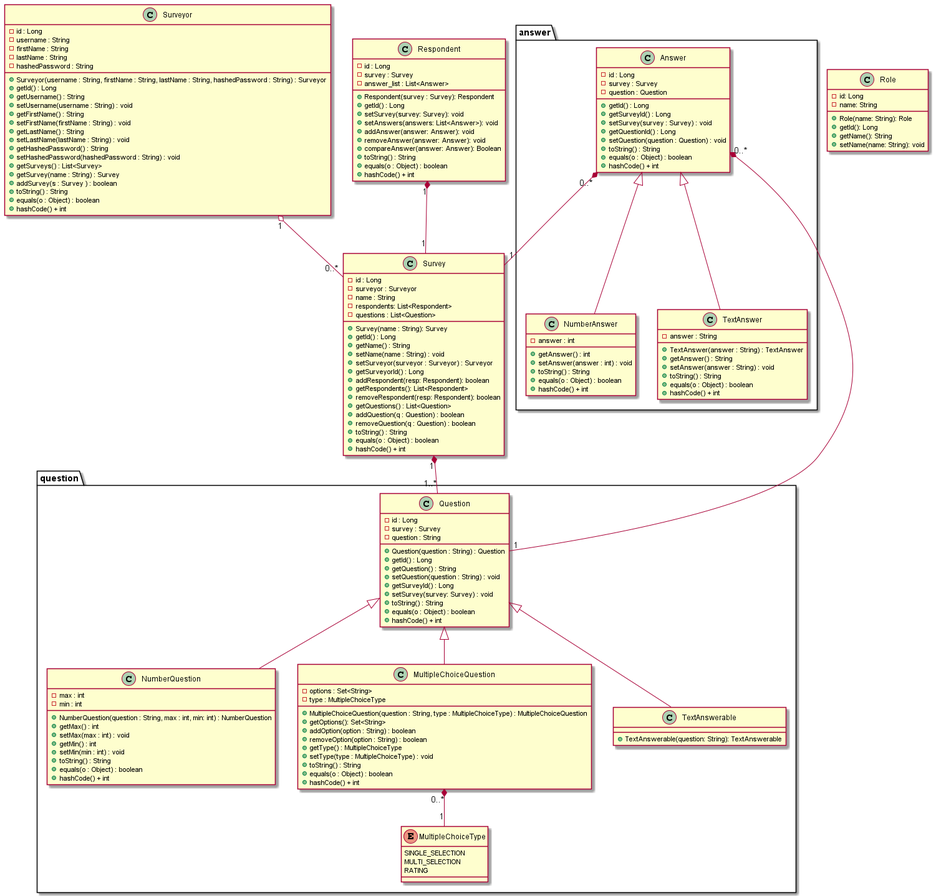
Before: docs/Models.png, a diagram exported from PlantUML (Daniel-W-Innes/SYSC4806-Project-Frontend).
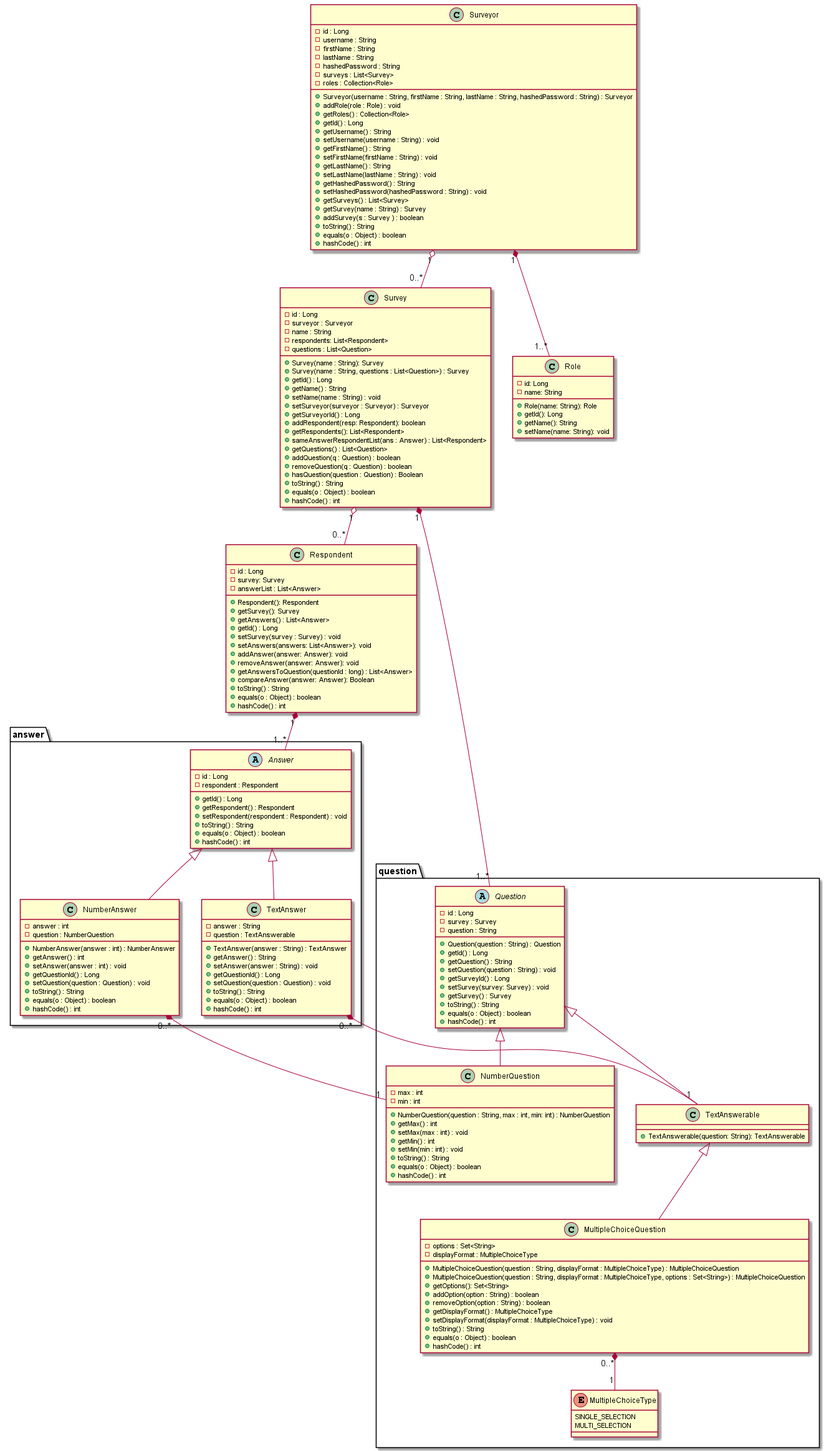
The same diagram one commit later.

The edit, as a diff of the source:
```diff
@@ -6,7 +6,11 @@
     - firstName : String
     - lastName : String
     - hashedPassword : String
+    - surveys : List<Survey>
+    - roles : Collection<Role>
     + Surveyor(username : String, firstName : String, lastName : String, hashedPassword : String) : Surveyor
+    + addRole(role : Role) : void
+    + getRoles() : Collection<Role>
     + getId() : Long
     + getUsername() : String
     + setUsername(username : String) : void
@@ -21,7 +25,7 @@
     + addSurvey(s : Survey ) : boolean
     + toString() : String
     + equals(o : Object) : boolean
-    + hashCode() + int
+    + hashCode() : int
 }
 
 class Survey{
@@ -31,6 +35,7 @@
     - respondents: List<Respondent>
     - questions : List<Question>
     + Survey(name : String): Survey
+    + Survey(name : String, questions : List<Question>) : Survey
     + getId() : Long
     + getName() : String
     + setName(name : String) : void
@@ -38,29 +43,33 @@
     + getSurveyorId() : Long
     + addRespondent(resp: Respondent): boolean
     + getRespondents(): List<Respondent>
-    + removeRespondent(resp: Respondent): boolean
+    + sameAnswerRespondentList(ans : Answer) : List<Respondent>
     + getQuestions() : List<Question>
     + addQuestion(q : Question) : boolean
     + removeQuestion(q : Question) : boolean
+    + hasQuestion(question : Question) : Boolean
     + toString() : String
     + equals(o : Object) : boolean
-    + hashCode() + int
+    + hashCode() : int
 }
 
 class Respondent{
     - id : Long
-    - survey : Survey
-    - answer_list : List<Answer>
-    + Respondent(survey : Survey): Respondent
+    - survey: Survey
+    - answerList : List<Answer>
+    + Respondent(): Respondent
+    + getSurvey(): Survey
+    + getAnswers() : List<Answer>
     + getId() : Long
-    + setSurvey(survey: Survey): void
+    + setSurvey(survey : Survey) : void
     + setAnswers(answers: List<Answer>): void
     + addAnswer(answer: Answer): void
     + removeAnswer(answer: Answer): void
+    + getAnswersToQuestion(questionId : long) : List<Answer>
     + compareAnswer(answer: Answer): Boolean
     + toString() : String
     + equals(o : Object) : boolean
-    + hashCode() + int
+    + hashCode() : int
 }
 
 class Role {
@@ -73,7 +82,7 @@
 }
 
 package question{
-    class Question{
+    abstract class Question{
         - id : Long
         - survey : Survey
         - question : String
@@ -83,9 +92,10 @@
         + setQuestion(question : String) : void
         + getSurveyId() : Long
         + setSurvey(survey: Survey) : void
+        + getSurvey() : Survey
         + toString() : String
         + equals(o : Object) : boolean
-        + hashCode() + int
+        + hashCode() : int
     }
     class NumberQuestion extends Question{
         - max : int
@@ -97,69 +107,75 @@
         + setMin(min : int) : void
         + toString() : String
         + equals(o : Object) : boolean
-        + hashCode() + int
+        + hashCode() : int
     }
     enum MultipleChoiceType{
         SINGLE_SELECTION
         MULTI_SELECTION
-        RATING
     }
-    class MultipleChoiceQuestion extends Question{
+    class MultipleChoiceQuestion extends TextAnswerable{
         - options : Set<String>
-        - type : MultipleChoiceType
-        + MultipleChoiceQuestion(question : String, type : MultipleChoiceType) : MultipleChoiceQuestion
+        - displayFormat : MultipleChoiceType
+        + MultipleChoiceQuestion(question : String, displayFormat : MultipleChoiceType) : MultipleChoiceQuestion
+        + MultipleChoiceQuestion(question : String, displayFormat : MultipleChoiceType, options : Set<String>) : MultipleChoiceQuestion
         + getOptions(): Set<String>
         + addOption(option : String) : boolean
         + removeOption(option : String) : boolean
-        + getType() : MultipleChoiceType
-        + setType(type : MultipleChoiceType) : void
+        + getDisplayFormat() : MultipleChoiceType
+        + setDisplayFormat(displayFormat : MultipleChoiceType) : void
         + toString() : String
         + equals(o : Object) : boolean
-        + hashCode() + int
+        + hashCode() : int
     }
     class TextAnswerable extends Question {
         + TextAnswerable(question: String): TextAnswerable
     }
 }
 package answer{
-    class Answer{
+    abstract class Answer{
         - id : Long
-        - survey : Survey
-        - question : Question
+        - respondent : Respondent
         + getId() : Long
-        + getSurveyId() : Long
-        + setSurvey(survey : Survey) : void
+        + getRespondent() : Respondent
+        + setRespondent(respondent : Respondent) : void
+        + toString() : String
+        + equals(o : Object) : boolean
+        + hashCode() : int
+    }
+    class NumberAnswer extends Answer{
+        - answer : int
+        - question : NumberQuestion
+        + NumberAnswer(answer : int) : NumberAnswer
+        + getAnswer() : int
+        + setAnswer(answer : int) : void
         + getQuestionId() : Long
         + setQuestion(question : Question) : void
         + toString() : String
         + equals(o : Object) : boolean
-        + hashCode() + int
-    }
-    class NumberAnswer extends Answer{
-        - answer : int
-        + getAnswer() : int
-        + setAnswer(answer : int) : void
-        + toString() : String
-        + equals(o : Object) : boolean
-        + hashCode() + int
+        + hashCode() : int
     }
     class TextAnswer extends Answer{
         - answer : String
+        - question : TextAnswerable
         + TextAnswer(answer : String) : TextAnswer
         + getAnswer() : String
         + setAnswer(answer : String) : void
+        + getQuestionId() : Long
+        + setQuestion(question : Question) : void
         + toString() : String
         + equals(o : Object) : boolean
-        + hashCode() + int
+        + hashCode() : int
     }
 }
 
 Surveyor "1" o-- "0..*" Survey
 Survey "1" *-- "1..*" Question
-Answer "0..*" *-- "1" Survey
-Answer "0..*" *-- "1" Question
+TextAnswer "0..*" *-- "1" TextAnswerable
+NumberAnswer "0..*" *-- "1" NumberQuestion
 MultipleChoiceQuestion "0..*" *-- "1" MultipleChoiceType
-Respondent "1" *-- "1" Survey
+Respondent "1" *-- "1..*" Answer
+Survey "1" o-- "0..*" Respondent
+Surveyor "1" *-- "1..*" Role
 
 
 @enduml
```
